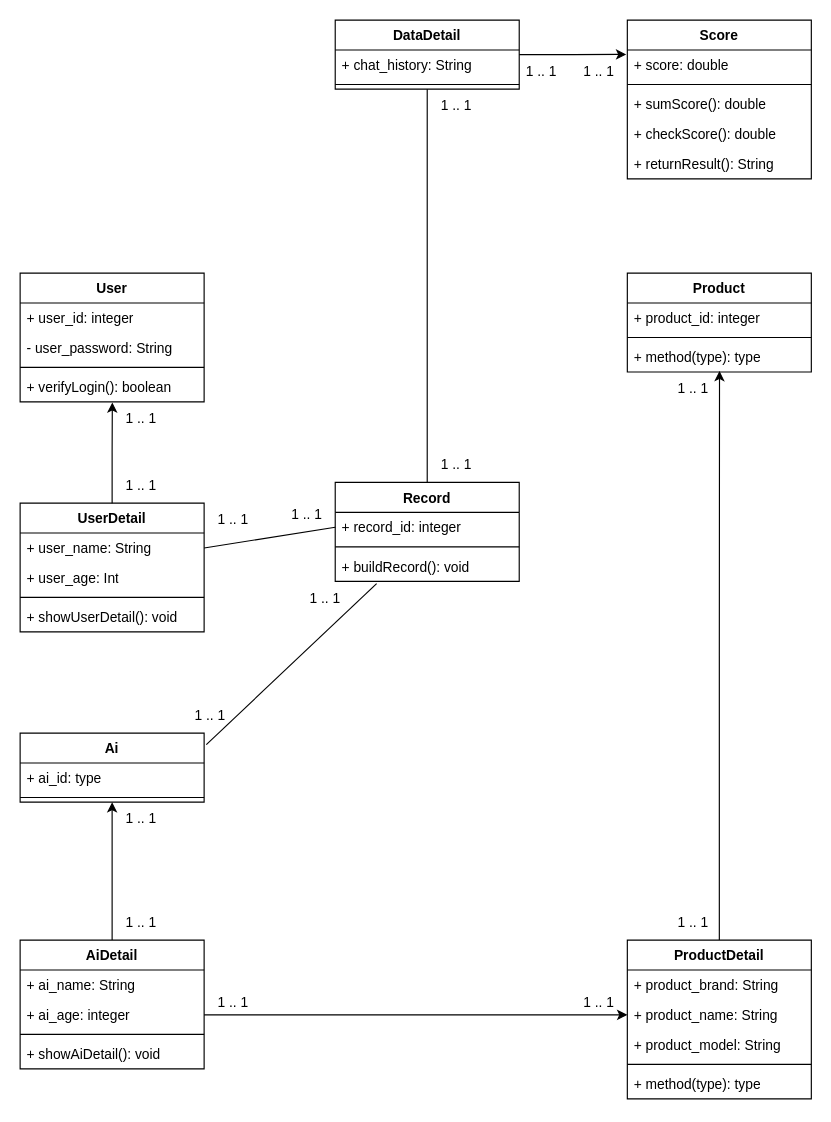
Above: diagrams/class_diagram_design.drawio in University-Bangkok-JW/cs497-project (draw.io), before the change. Source tidied: cells renumbered, new cells numbered last; positions are measured from the earlier drawing's top-left corner, leaving out a move shared by most shapes. Both pictures are drawn from the tidied source at 115%, with x=0, y=0 at pixel (20, 20).
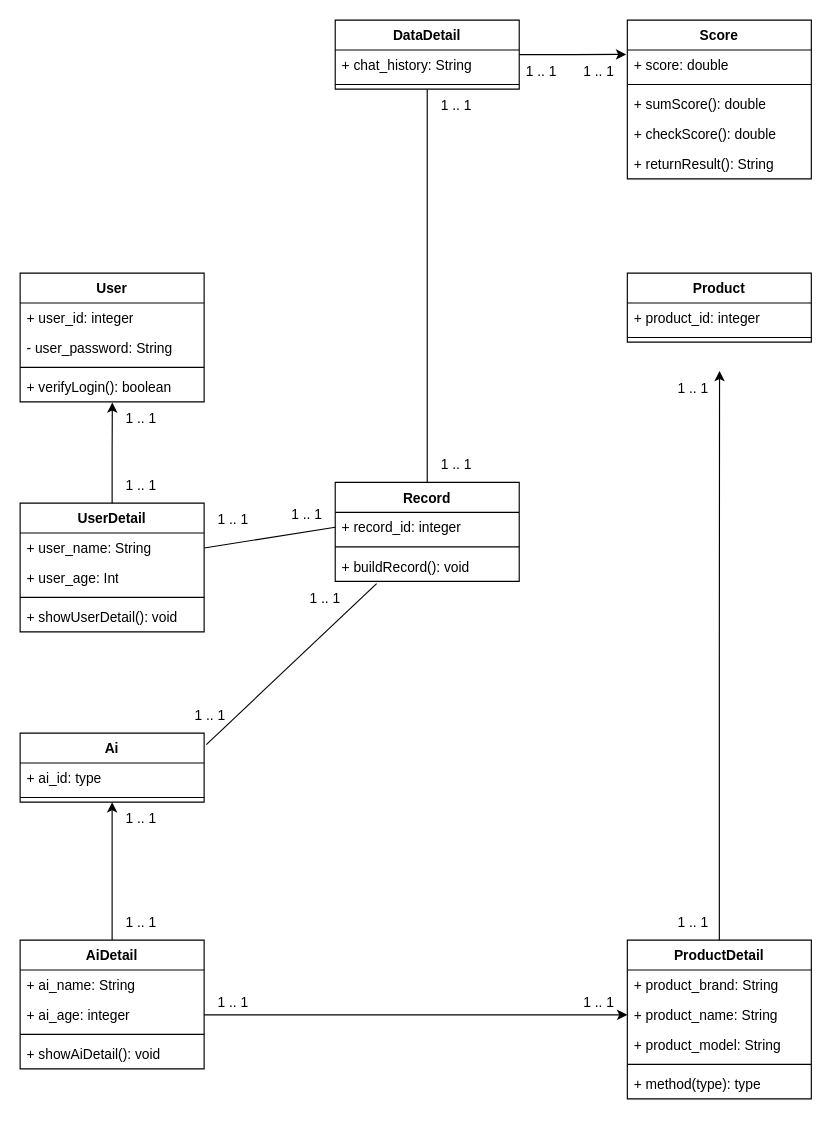
The same page after the edit.

Commit message:
Fix Product method to empty

Unchanged cells that the change refers to:
```xml
<mxCell id="25" value="ProductDetail" style="swimlane;fontStyle=1;align=center;verticalAlign=top;horizontal=1;startSize=26;whiteSpace=wrap;html=1;" parent="1" vertex="1">
  <mxGeometry x="528" y="800" width="160" height="138" as="geometry" />
</mxCell>
```

Change to the diagram source:
```diff
@@
     <mxCell id="21" value="Product" style="swimlane;fontStyle=1;align=center;verticalAlign=top;horizontal=1;startSize=26;whiteSpace=wrap;html=1;" parent="1" vertex="1">
-      <mxGeometry x="528" y="220" width="160" height="86" as="geometry" />
+      <mxGeometry x="528" y="220" width="160" height="60" as="geometry" />
     </mxCell>
@@
-    <mxCell id="24" value="+ method(type): type" style="text;strokeColor=none;fillColor=none;align=left;verticalAlign=top;spacingLeft=4;spacingRight=4;overflow=hidden;points=[[0,0.5],[1,0.5]];portConstraint=eastwest;whiteSpace=wrap;html=1;" parent="21" vertex="1">
-      <mxGeometry y="60" width="160" height="26" as="geometry" />
-    </mxCell>
@@
-    <mxCell id="41" style="edgeStyle=orthogonalEdgeStyle;rounded=0;jettySize=auto;html=1;entryX=0.501;entryY=0.966;entryDx=0;entryDy=0;entryPerimeter=0;" parent="1" edge="1" source="25" target="24">
-      <mxGeometry relative="1" as="geometry" />
+    <mxCell id="41" style="edgeStyle=orthogonalEdgeStyle;rounded=0;jettySize=auto;html=1;entryX=0.501;entryY=0.966;entryDx=0;entryDy=0;entryPerimeter=0;" parent="1" edge="1" source="25">
+      <mxGeometry relative="1" as="geometry">
+        <mxPoint x="608.2" y="305.1" as="targetPoint" />
+      </mxGeometry>
     </mxCell>
```
